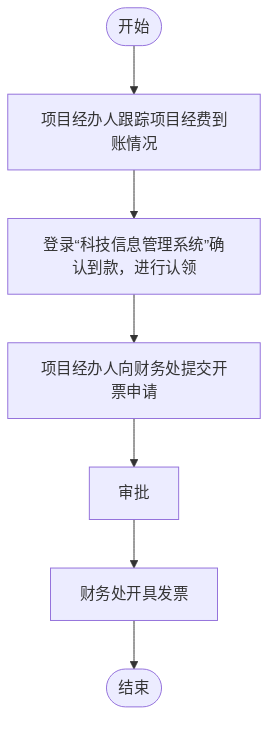
The Mermaid diagram outline2flow/flow_outputs/page_60.png in AmyIvan/work1, before a commit. Its source is kept beside it as outline2flow/mmd_outputs/page_60.mmd.
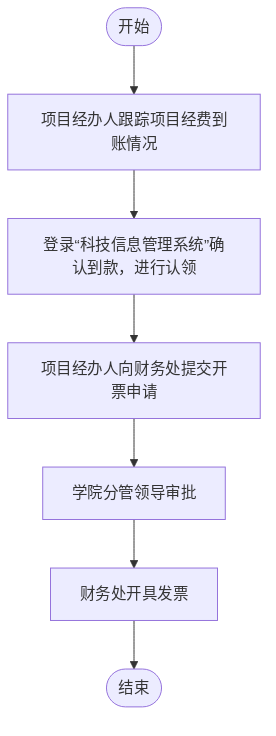
After the commit.

The edit, as a diff of the source:
```diff
@@ -1,7 +1,7 @@
 flowchart TD
-    A([开始]) --> B[项目经办人跟踪项目经费到账情况]
+    A(["开始"]) --> B[项目经办人跟踪项目经费到账情况]
     B --> C[登录“科技信息管理系统”确认到款，进行认领]
     C --> D[项目经办人向财务处提交开票申请]
-    D --> E[审批]
+    D --> E[学院分管领导审批]
     E --> F[财务处开具发票]
-    F --> G([结束])
+    F --> G(["结束"])
```
